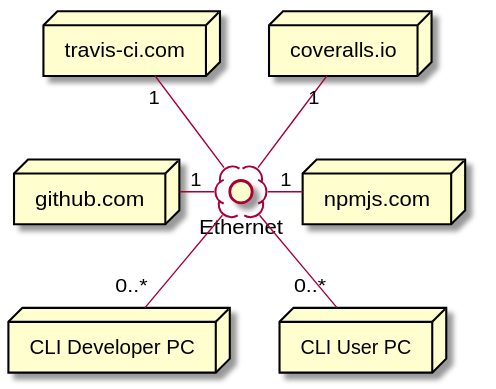
The PlantUML diagram doc/uml/cli/devices.svg in imazzine/design, before a commit. The source it was exported from:
```plantuml
@startuml devices
    node "github.com" as GITServer
    node "npmjs.com" as NPMServer
    node "travis-ci.com" as CICDServer
    node "coveralls.io" as CoverageServer
    node "CLI Developer PC" as DeveloperPC
    node "CLI User PC" as UserPC

    interface "Ethernet" as Ethernet

    GITServer "1" -( Ethernet
    CICDServer "1" --( Ethernet
    CoverageServer "1" --( Ethernet
    Ethernet )- "1" NPMServer
    Ethernet )-- "0..*" DeveloperPC
    Ethernet )-- "0..*" UserPC
@enduml
```
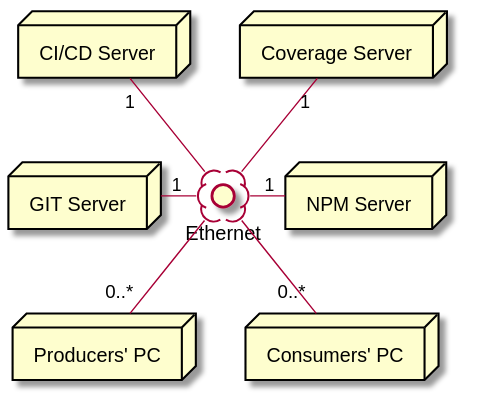
The same file after the commit.

The edit, as a diff of the source:
```diff
@@ -1,10 +1,10 @@
 @startuml devices
-    node "github.com" as GITServer
-    node "npmjs.com" as NPMServer
-    node "travis-ci.com" as CICDServer
-    node "coveralls.io" as CoverageServer
-    node "CLI Developer PC" as DeveloperPC
-    node "CLI User PC" as UserPC
+    node "GIT Server" as GITServer
+    node "NPM Server" as NPMServer
+    node "CI/CD Server" as CICDServer
+    node "Coverage Server" as CoverageServer
+    node "Producers' PC" as DeveloperPC
+    node "Consumers' PC" as UserPC
 
     interface "Ethernet" as Ethernet
 
```
